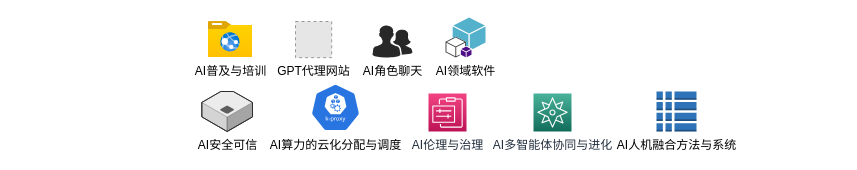
Before: ai-entrepreneurship.drawio in siruzhong/drawing, a draw.io diagram. Source tidied: cells renumbered, new cells numbered last; positions are measured from the earlier drawing's top-left corner, leaving out a move shared by most shapes. Both pictures are drawn from the tidied source at 100%, with x=0, y=0 at pixel (201, 17). Pictures stored in the file or linked from it are replaced by grey dashed boxes.
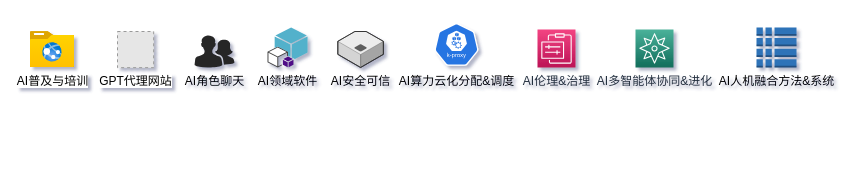
Above is the later version.

Change to the diagram source:
```diff
@@
-<mxGraphModel>
+<mxGraphModel shadow="1">
   <root>
     <mxCell id="0" />
     <mxCell id="1" parent="0" />
     <mxCell id="2" value="AI普及与培训" style="image;html=1;align=center;fontSize=12;image=img/lib/azure2/general/Folder_Website.svg;" parent="1" vertex="1">
-      <mxGeometry x="7" y="4" width="44" height="36.2" as="geometry" />
+      <mxGeometry x="-171" y="14" width="44" height="36.2" as="geometry" />
     </mxCell>
     <mxCell id="3" value="GPT代理网站" style="fillColor=#E6E6E6;strokeColor=#999999;dashed=1;html=1;verticalAlign=top;verticalLabelPosition=bottom;labelBackgroundColor=#ffffff;" parent="1" vertex="1">
-      <mxGeometry x="94" y="4" width="36.2" height="36.2" as="geometry" />
+      <mxGeometry x="-84" y="14" width="36.2" height="36.2" as="geometry" />
     </mxCell>
     <mxCell id="4" value="AI角色聊天" style="verticalLabelPosition=bottom;sketch=0;html=1;fillColor=#282828;strokeColor=none;verticalAlign=top;align=center;shape=mxgraph.cisco_safe.people_places_things_icons.icon2;" parent="1" vertex="1">
-      <mxGeometry x="171" y="7.6" width="40" height="32.4" as="geometry" />
+      <mxGeometry x="-7" y="17.6" width="40" height="32.4" as="geometry" />
     </mxCell>
     <mxCell id="5" value="AI领域软件" style="dashed=0;verticalLabelPosition=bottom;verticalAlign=top;align=center;html=1;shape=mxgraph.aws3.toolkit_for_visual_studio;fillColor=#53B1CB;gradientColor=none;" parent="1" vertex="1">
-      <mxGeometry x="244" width="40" height="40" as="geometry" />
+      <mxGeometry x="66" y="10" width="40" height="40" as="geometry" />
     </mxCell>
     <mxCell id="6" value="&lt;span class=&quot;notion-enable-hover&quot; style=&quot;&quot;&gt;AI安全可信&lt;/span&gt;" style="verticalLabelPosition=bottom;html=1;verticalAlign=top;strokeWidth=1;align=center;dashed=0;shape=mxgraph.aws3d.instance;fillColor=#ECECEC;strokeColor=#5E5E5E;" parent="1" vertex="1">
-      <mxGeometry x="0.3" y="74" width="50.7" height="40" as="geometry" />
+      <mxGeometry x="136.3" y="14" width="45.6" height="36" as="geometry" />
     </mxCell>
-    <mxCell id="7" value="AI算力的云化分配与调度" style="sketch=0;html=1;dashed=0;whitespace=wrap;fillColor=#2875E2;strokeColor=#ffffff;verticalLabelPosition=bottom;align=center;verticalAlign=top;shape=mxgraph.kubernetes.icon;prIcon=k_proxy;" parent="1" vertex="1">
-      <mxGeometry x="109" y="66" width="50" height="48" as="geometry" />
+    <mxCell id="7" value="AI算力云化分配&amp;amp;调度" style="sketch=0;html=1;dashed=0;whitespace=wrap;fillColor=#2875E2;strokeColor=#ffffff;verticalLabelPosition=bottom;align=center;verticalAlign=top;shape=mxgraph.kubernetes.icon;prIcon=k_proxy;" parent="1" vertex="1">
+      <mxGeometry x="233" y="4" width="44" height="46" as="geometry" />
     </mxCell>
-    <mxCell id="8" value="AI伦理与治理" style="sketch=0;fontColor=#232F3E;gradientColor=#F34482;gradientDirection=north;fillColor=#BC1356;strokeColor=#ffffff;dashed=0;verticalLabelPosition=bottom;verticalAlign=top;align=center;html=1;fontSize=12;fontStyle=0;shape=mxgraph.aws4.resourceIcon;resIcon=mxgraph.aws4.management_and_governance;" parent="1" vertex="1">
-      <mxGeometry x="227" y="76" width="38" height="38" as="geometry" />
+    <mxCell id="8" value="AI伦理&amp;amp;治理" style="sketch=0;fontColor=#232F3E;gradientColor=#F34482;gradientDirection=north;fillColor=#BC1356;strokeColor=#ffffff;dashed=0;verticalLabelPosition=bottom;verticalAlign=top;align=center;html=1;fontSize=12;fontStyle=0;shape=mxgraph.aws4.resourceIcon;resIcon=mxgraph.aws4.management_and_governance;" parent="1" vertex="1">
+      <mxGeometry x="336" y="12" width="38" height="38" as="geometry" />
     </mxCell>
-    <mxCell id="9" value="AI多智能体协同与进化" style="sketch=0;fontColor=#232F3E;gradientColor=#4AB29A;gradientDirection=north;fillColor=#116D5B;strokeColor=#ffffff;dashed=0;verticalLabelPosition=bottom;verticalAlign=top;align=center;html=1;fontSize=12;fontStyle=0;shape=mxgraph.aws4.resourceIcon;resIcon=mxgraph.aws4.migration_evaluator;" parent="1" vertex="1">
-      <mxGeometry x="332" y="76" width="38" height="38" as="geometry" />
+    <mxCell id="9" value="AI多智能体协同&amp;amp;进化" style="sketch=0;fontColor=#232F3E;gradientColor=#4AB29A;gradientDirection=north;fillColor=#116D5B;strokeColor=#ffffff;dashed=0;verticalLabelPosition=bottom;verticalAlign=top;align=center;html=1;fontSize=12;fontStyle=0;shape=mxgraph.aws4.resourceIcon;resIcon=mxgraph.aws4.migration_evaluator;" parent="1" vertex="1">
+      <mxGeometry x="434" y="12" width="38" height="38" as="geometry" />
     </mxCell>
-    <mxCell id="10" value="AI人机融合方法与系统" style="dashed=0;verticalLabelPosition=bottom;verticalAlign=top;align=center;html=1;shape=mxgraph.aws3.global_secondary_index;fillColor=#2E73B8;gradientColor=none;" parent="1" vertex="1">
-      <mxGeometry x="455" y="74" width="40" height="40" as="geometry" />
+    <mxCell id="10" value="AI人机融合方法&amp;amp;系统" style="dashed=0;verticalLabelPosition=bottom;verticalAlign=top;align=center;html=1;shape=mxgraph.aws3.global_secondary_index;fillColor=#2E73B8;gradientColor=none;" parent="1" vertex="1">
+      <mxGeometry x="555" y="10" width="40" height="40" as="geometry" />
     </mxCell>
   </root>
 </mxGraphModel>
```
